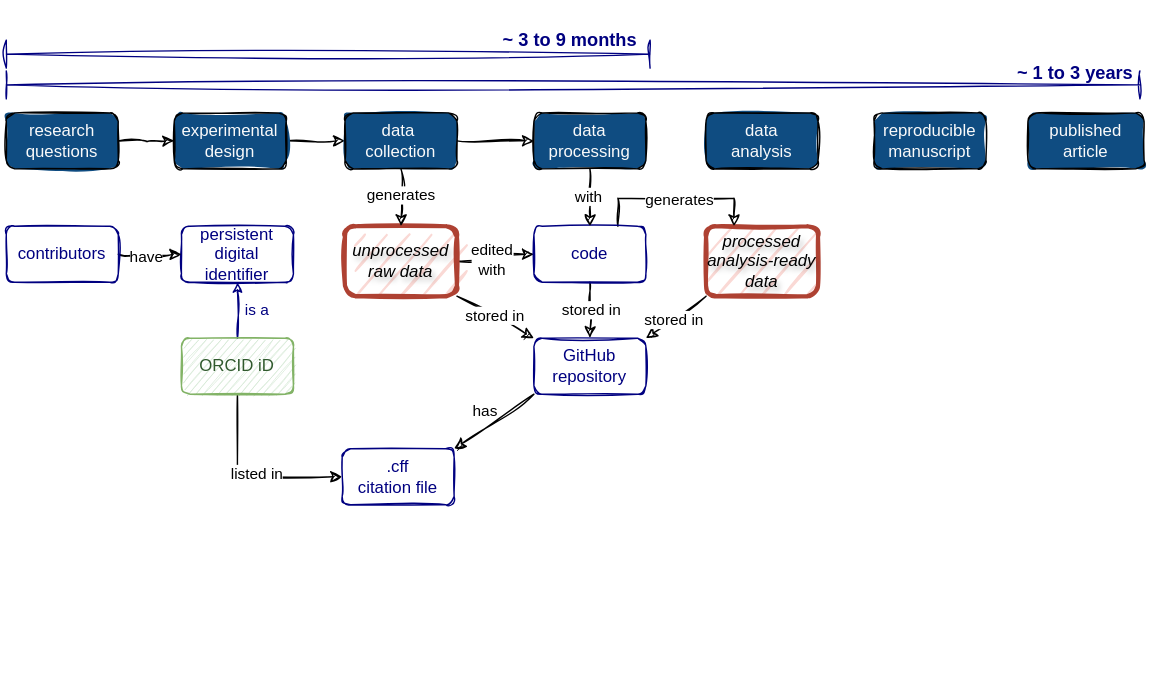
Before: slides/img/eth-kolloquium/ghe-rdm-workflow-06.drawio.svg, a diagram exported from draw.io (Global-Health-Engineering/website). Source tidied: cells renumbered, new cells last; positions are measured from the earlier drawing's top-left corner, leaving out a move shared by most shapes.
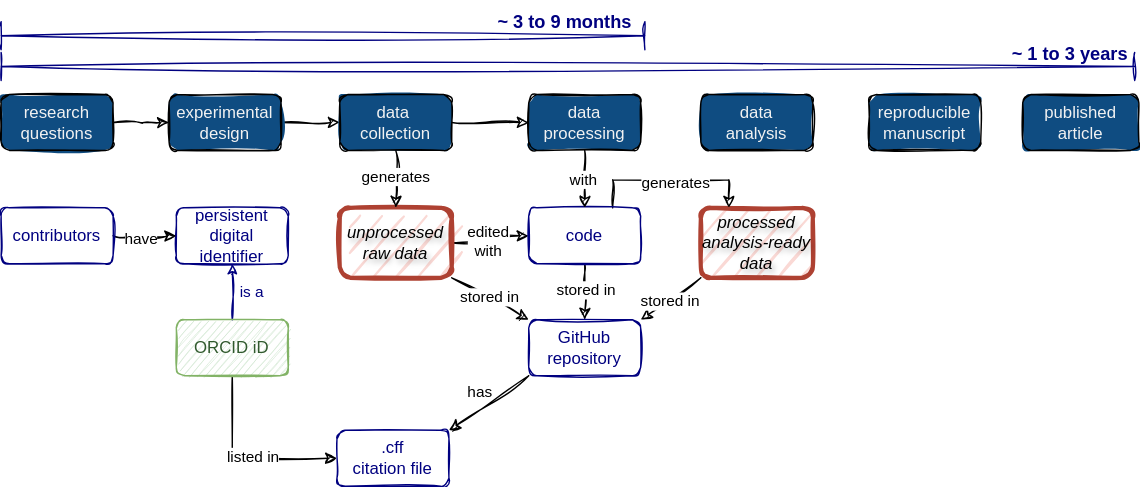
Later version of the same file.

What changed in the source:
```diff
@@ -160,28 +160,25 @@
       <mxGeometry x="347" y="13" width="120" height="30" as="geometry" />
     </mxCell>
     <mxCell id="47" value="Step 1 - Publication workflow" parent="0" />
-    <mxCell id="48" style="rounded=0;whiteSpace=wrap;html=1;fillColor=none;strokeColor=#FFFFFF;" parent="47" vertex="1">
-      <mxGeometry width="820" height="480" as="geometry" />
-    </mxCell>
-    <mxCell id="49" value="&lt;span&gt;&lt;span&gt;research questions&lt;/span&gt;&lt;/span&gt;" style="rounded=1;html=1;strokeWidth=1;fontSize=12;fontFamily=Helvetica;fillColor=#0F4C81;sketch=1;labelBackgroundColor=none;fontColor=#FAFAFA;strokeColor=default;fontStyle=0;fillStyle=solid;labelBorderColor=none;spacing=9;align=center;textShadow=0;whiteSpace=wrap;" parent="47" vertex="1">
+    <mxCell id="49" value="&lt;span&gt;&lt;span&gt;research questions&lt;/span&gt;&lt;/span&gt;" style="rounded=1;whiteSpace=wrap;html=1;strokeWidth=1;fontSize=12;fontFamily=Helvetica;fillColor=#0F4C81;sketch=1;labelBackgroundColor=none;fontColor=#F2F2F2;strokeColor=default;fontStyle=0;fillStyle=solid;" parent="47" vertex="1">
       <mxGeometry x="4" y="80" width="80" height="40" as="geometry" />
     </mxCell>
-    <mxCell id="50" value="&lt;div&gt;&lt;span&gt;&lt;span&gt;experimental&lt;/span&gt;&lt;/span&gt;&lt;/div&gt;&lt;div&gt;&lt;span&gt;&lt;span&gt;design&lt;br&gt;&lt;/span&gt;&lt;/span&gt;&lt;/div&gt;" style="rounded=1;html=1;strokeWidth=1;fontSize=12;fontFamily=Helvetica;fillColor=#0F4C81;sketch=1;labelBackgroundColor=none;fontColor=#FAFAFA;strokeColor=default;fontStyle=0;fillStyle=solid;labelBorderColor=none;spacing=9;align=center;textShadow=0;whiteSpace=wrap;" parent="47" vertex="1">
+    <mxCell id="50" value="&lt;div&gt;&lt;span&gt;&lt;span&gt;experimental&lt;/span&gt;&lt;/span&gt;&lt;/div&gt;&lt;div&gt;&lt;span&gt;&lt;span&gt;design&lt;br&gt;&lt;/span&gt;&lt;/span&gt;&lt;/div&gt;" style="rounded=1;whiteSpace=wrap;html=1;strokeWidth=1;fontSize=12;fontFamily=Helvetica;fillColor=#0F4C81;sketch=1;labelBackgroundColor=none;fontColor=#F2F2F2;strokeColor=default;fontStyle=0;fillStyle=solid;" parent="47" vertex="1">
       <mxGeometry x="124" y="80" width="80" height="40" as="geometry" />
     </mxCell>
-    <mxCell id="51" value="&lt;div&gt;&lt;span&gt;&lt;span&gt;data&lt;br&gt;&lt;/span&gt;&lt;/span&gt;&lt;/div&gt;&lt;div&gt;&lt;span&gt;&lt;span&gt;analysis&lt;/span&gt;&lt;/span&gt;&lt;/div&gt;" style="rounded=1;html=1;strokeWidth=1;fontSize=12;fontFamily=Helvetica;fillColor=#0F4C81;sketch=1;labelBackgroundColor=none;fontColor=#FAFAFA;strokeColor=default;fontStyle=0;fillStyle=solid;labelBorderColor=none;spacing=9;align=center;textShadow=0;whiteSpace=wrap;" parent="47" vertex="1">
+    <mxCell id="51" value="&lt;div&gt;&lt;span&gt;&lt;span&gt;data&lt;br&gt;&lt;/span&gt;&lt;/span&gt;&lt;/div&gt;&lt;div&gt;&lt;span&gt;&lt;span&gt;analysis&lt;/span&gt;&lt;/span&gt;&lt;/div&gt;" style="rounded=1;whiteSpace=wrap;html=1;strokeWidth=1;fontSize=12;fontFamily=Helvetica;fillColor=#0F4C81;sketch=1;labelBackgroundColor=none;fontColor=#F2F2F2;strokeColor=default;fontStyle=0;fillStyle=solid;" parent="47" vertex="1">
       <mxGeometry x="504" y="80" width="80" height="40" as="geometry" />
     </mxCell>
-    <mxCell id="52" value="&lt;div&gt;reproducible&lt;br&gt;&lt;/div&gt;&lt;div&gt;manuscript&lt;/div&gt;" style="rounded=1;html=1;strokeWidth=1;fontSize=12;fontFamily=Helvetica;fillColor=#0F4C81;sketch=1;labelBackgroundColor=none;fontColor=#FAFAFA;strokeColor=default;fontStyle=0;fillStyle=solid;labelBorderColor=none;spacing=9;align=center;textShadow=0;whiteSpace=wrap;" parent="47" vertex="1">
+    <mxCell id="52" value="&lt;div&gt;reproducible&lt;br&gt;&lt;/div&gt;&lt;div&gt;manuscript&lt;/div&gt;" style="rounded=1;whiteSpace=wrap;html=1;strokeWidth=1;fontSize=12;fontFamily=Helvetica;fillColor=#0F4C81;sketch=1;labelBackgroundColor=none;fontColor=#F2F2F2;strokeColor=default;fontStyle=0;fillStyle=solid;" parent="47" vertex="1">
       <mxGeometry x="624" y="80" width="80" height="40" as="geometry" />
     </mxCell>
-    <mxCell id="53" value="&lt;span&gt;&lt;span&gt;published&lt;/span&gt;&lt;/span&gt;&lt;br&gt;&lt;div&gt;&lt;span&gt;&lt;span&gt;article&lt;/span&gt;&lt;/span&gt;&lt;/div&gt;" style="rounded=1;html=1;strokeWidth=1;fontSize=12;fontFamily=Helvetica;fillColor=#0F4C81;sketch=1;labelBackgroundColor=none;fontColor=#FAFAFA;strokeColor=default;fontStyle=0;fillStyle=solid;labelBorderColor=none;spacing=9;align=center;textShadow=0;whiteSpace=wrap;" parent="47" vertex="1">
+    <mxCell id="53" value="&lt;span&gt;&lt;span&gt;published&lt;/span&gt;&lt;/span&gt;&lt;br&gt;&lt;div&gt;&lt;span&gt;&lt;span&gt;article&lt;/span&gt;&lt;/span&gt;&lt;/div&gt;" style="rounded=1;whiteSpace=wrap;html=1;strokeWidth=1;fontSize=12;fontFamily=Helvetica;fillColor=#0F4C81;sketch=1;labelBackgroundColor=none;fontColor=#F2F2F2;strokeColor=default;fontStyle=0;fillStyle=solid;" parent="47" vertex="1">
       <mxGeometry x="734" y="80" width="83" height="40" as="geometry" />
     </mxCell>
-    <mxCell id="54" value="&lt;div&gt;&lt;span&gt;&lt;span&gt;data&amp;nbsp;&lt;/span&gt;&lt;/span&gt;&lt;/div&gt;&lt;div&gt;&lt;span&gt;&lt;span&gt;collection&lt;/span&gt;&lt;/span&gt;&lt;/div&gt;&lt;div&gt;&lt;span&gt;&lt;span&gt;&lt;/span&gt;&lt;/span&gt;&lt;/div&gt;" style="rounded=1;html=1;strokeWidth=1;fontSize=12;fontFamily=Helvetica;fillColor=#0F4C81;sketch=1;labelBackgroundColor=none;fontColor=#FAFAFA;strokeColor=default;fontStyle=0;fillStyle=solid;labelBorderColor=none;spacing=9;align=center;textShadow=0;whiteSpace=wrap;" parent="47" vertex="1">
+    <mxCell id="54" value="&lt;div&gt;&lt;span&gt;&lt;span&gt;data&amp;nbsp;&lt;/span&gt;&lt;/span&gt;&lt;/div&gt;&lt;div&gt;&lt;span&gt;&lt;span&gt;collection&lt;/span&gt;&lt;/span&gt;&lt;/div&gt;&lt;div&gt;&lt;span&gt;&lt;span&gt;&lt;/span&gt;&lt;/span&gt;&lt;/div&gt;" style="rounded=1;whiteSpace=wrap;html=1;strokeWidth=1;fontSize=12;fontFamily=Helvetica;fillColor=#0F4C81;sketch=1;labelBackgroundColor=none;fontColor=#F2F2F2;strokeColor=default;fontStyle=0;fillStyle=solid;" parent="47" vertex="1">
       <mxGeometry x="246" y="80" width="80" height="40" as="geometry" />
     </mxCell>
-    <mxCell id="55" value="&lt;div&gt;&lt;span&gt;&lt;span&gt;data&lt;/span&gt;&lt;/span&gt;&lt;/div&gt;&lt;div&gt;&lt;span&gt;&lt;span&gt;processing&lt;br&gt;&lt;/span&gt;&lt;/span&gt;&lt;/div&gt;" style="rounded=1;html=1;strokeWidth=1;fontSize=12;fontFamily=Helvetica;fillColor=#0F4C81;sketch=1;labelBackgroundColor=none;fontColor=#FAFAFA;strokeColor=default;fontStyle=0;fillStyle=solid;labelBorderColor=none;spacing=9;align=center;textShadow=0;whiteSpace=wrap;" parent="47" vertex="1">
+    <mxCell id="55" value="&lt;div&gt;&lt;span&gt;&lt;span&gt;data&lt;/span&gt;&lt;/span&gt;&lt;/div&gt;&lt;div&gt;&lt;span&gt;&lt;span&gt;processing&lt;br&gt;&lt;/span&gt;&lt;/span&gt;&lt;/div&gt;" style="rounded=1;whiteSpace=wrap;html=1;strokeWidth=1;fontSize=12;fontFamily=Helvetica;fillColor=#0F4C81;sketch=1;labelBackgroundColor=none;fontColor=#F2F2F2;strokeColor=default;fontStyle=0;fillStyle=solid;" parent="47" vertex="1">
       <mxGeometry x="381" y="80" width="80" height="40" as="geometry" />
     </mxCell>
   </root>
```
